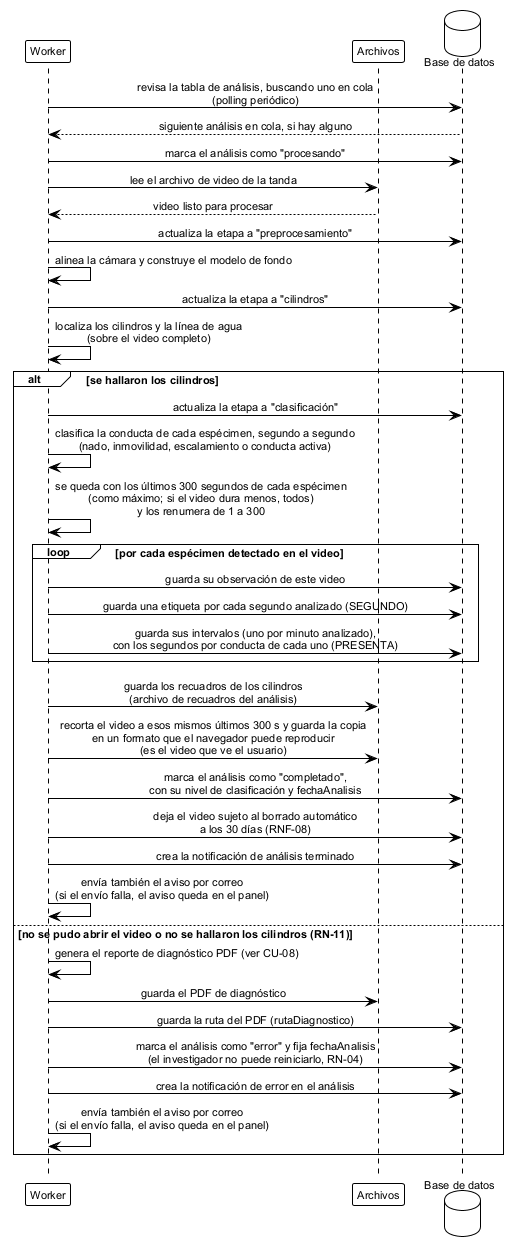
This is figures/mermaid/seq_analisis_automatico.png from ErickJester/fst-ai-system-latex, a PlantUML export, as it was before one commit.
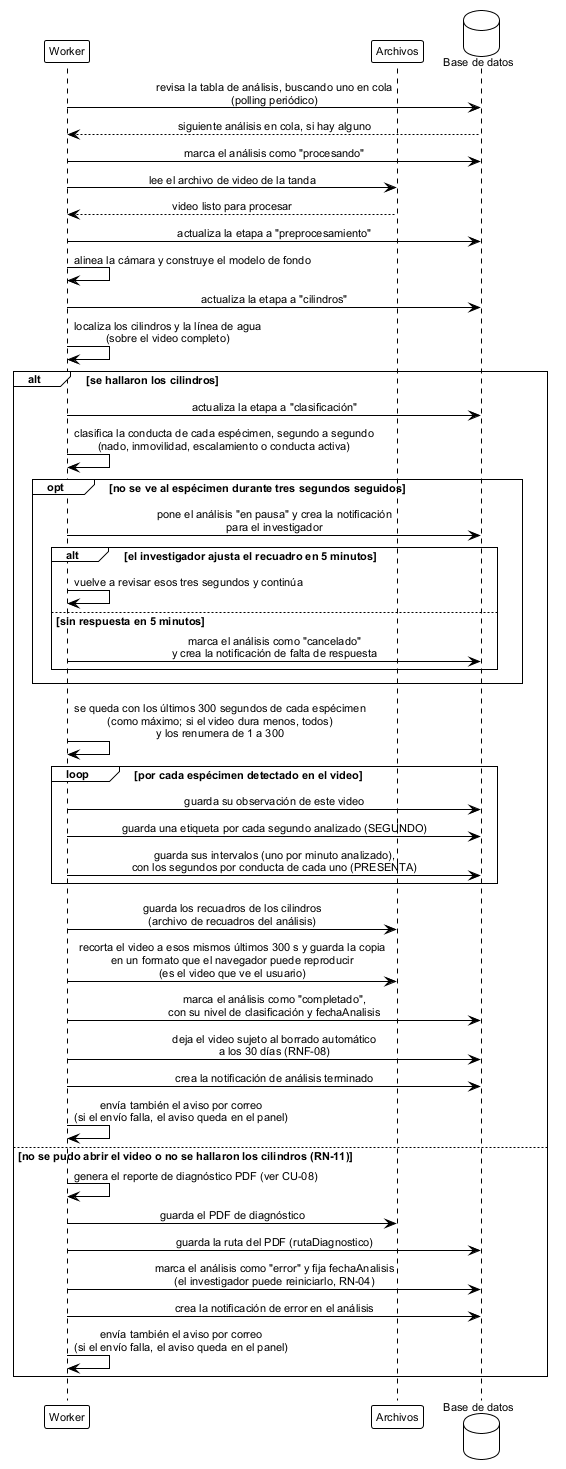
After the commit.

What changed in the source:
```diff
@@ -27,6 +27,15 @@
 alt se hallaron los cilindros
   w -> db: actualiza la etapa a "clasificación"
   w -> w: clasifica la conducta de cada espécimen, segundo a segundo\n(nado, inmovilidad, escalamiento o conducta activa)
+
+  opt no se ve al espécimen durante tres segundos seguidos
+    w -> db: pone el análisis "en pausa" y crea la notificación\npara el investigador
+    alt el investigador ajusta el recuadro en 5 minutos
+      w -> w: vuelve a revisar esos tres segundos y continúa
+    else sin respuesta en 5 minutos
+      w -> db: marca el análisis como "cancelado"\ny crea la notificación de falta de respuesta
+    end
+  end
   w -> w: se queda con los últimos 300 segundos de cada espécimen\n(como máximo; si el video dura menos, todos)\ny los renumera de 1 a 300
 
   loop por cada espécimen detectado en el video
@@ -46,7 +55,7 @@
   w -> w: genera el reporte de diagnóstico PDF (ver CU-08)
   w -> fs: guarda el PDF de diagnóstico
   w -> db: guarda la ruta del PDF (rutaDiagnostico)
-  w -> db: marca el análisis como "error" y fija fechaAnalisis\n(el investigador no puede reiniciarlo, RN-04)
+  w -> db: marca el análisis como "error" y fija fechaAnalisis\n(el investigador puede reiniciarlo, RN-04)
   w -> db: crea la notificación de error en el análisis
   w -> w: envía también el aviso por correo\n(si el envío falla, el aviso queda en el panel)
 end
```
